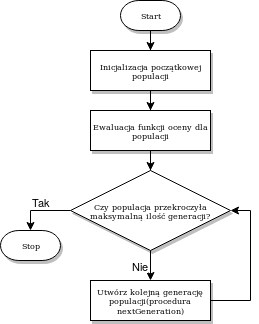
This is img/alg_main.png from pberezow/inz-pberezow-praca, a draw.io export, as it was before one commit. Source tidied: cells renumbered, new cells last; positions are measured from the earlier drawing's top-left corner, leaving out a move shared by most shapes. The source it was exported from:
```xml
<mxGraphModel background="#ffffff">
  <root>
    <mxCell id="0" />
    <mxCell id="1" parent="0" />
    <mxCell id="2" style="edgeStyle=orthogonalEdgeStyle;rounded=0;jettySize=auto;html=1;entryX=0.5;entryY=0;entryDx=0;entryDy=0;" parent="1" edge="1" source="3" target="5">
      <mxGeometry relative="1" as="geometry" />
    </mxCell>
    <mxCell id="3" value="&lt;div&gt;Start&lt;/div&gt;" style="strokeWidth=1;html=1;shape=mxgraph.flowchart.terminator;whiteSpace=wrap;rounded=0;shadow=1;labelBackgroundColor=none;fontFamily=Verdana;fontSize=8;align=center;" parent="1" vertex="1">
      <mxGeometry x="120" width="60" height="30" as="geometry" />
    </mxCell>
    <mxCell id="4" style="edgeStyle=orthogonalEdgeStyle;rounded=0;jettySize=auto;html=1;" parent="1" edge="1" source="5" target="7">
      <mxGeometry relative="1" as="geometry" />
    </mxCell>
    <mxCell id="5" value="Inicjalizacja początkowej populacji" style="whiteSpace=wrap;html=1;rounded=0;shadow=1;labelBackgroundColor=none;strokeWidth=1;fontFamily=Verdana;fontSize=8;align=center;" parent="1" vertex="1">
      <mxGeometry x="90" y="50" width="120" height="40" as="geometry" />
    </mxCell>
    <mxCell id="6" style="edgeStyle=orthogonalEdgeStyle;rounded=0;jettySize=auto;html=1;entryX=0.5;entryY=0;entryDx=0;entryDy=0;" parent="1" edge="1" source="7" target="10">
      <mxGeometry relative="1" as="geometry" />
    </mxCell>
    <mxCell id="7" value="Ewaluacja funkcji oceny dla populacji" style="whiteSpace=wrap;html=1;rounded=0;shadow=1;labelBackgroundColor=none;strokeWidth=1;fontFamily=Verdana;fontSize=8;align=center;" parent="1" vertex="1">
      <mxGeometry x="90" y="110" width="120" height="40" as="geometry" />
    </mxCell>
    <mxCell id="8" value="Nie" style="edgeStyle=orthogonalEdgeStyle;rounded=0;jettySize=auto;html=1;entryX=0.5;entryY=0;entryDx=0;entryDy=0;labelPosition=left;verticalLabelPosition=middle;align=right;verticalAlign=middle;" parent="1" edge="1" source="10" target="12">
      <mxGeometry relative="1" as="geometry" />
    </mxCell>
    <mxCell id="9" value="Tak" style="edgeStyle=orthogonalEdgeStyle;rounded=0;jettySize=auto;html=1;entryX=0.5;entryY=0;entryDx=0;entryDy=0;entryPerimeter=0;labelPosition=center;verticalLabelPosition=top;align=center;verticalAlign=bottom;" parent="1" edge="1" source="10" target="13">
      <mxGeometry relative="1" as="geometry" />
    </mxCell>
    <mxCell id="10" value="Czy populacja przekroczyła maksymalną ilość generacji?" style="rhombus;whiteSpace=wrap;html=1;rounded=0;shadow=1;labelBackgroundColor=none;strokeWidth=1;fontFamily=Verdana;fontSize=8;align=center;" parent="1" vertex="1">
      <mxGeometry x="70" y="170" width="160" height="80" as="geometry" />
    </mxCell>
    <mxCell id="11" style="edgeStyle=orthogonalEdgeStyle;rounded=0;jettySize=auto;html=1;entryX=1;entryY=0.5;entryDx=0;entryDy=0;" parent="1" edge="1" source="12" target="10">
      <mxGeometry relative="1" as="geometry">
        <Array as="points">
          <mxPoint x="250" y="300" />
          <mxPoint x="250" y="210" />
        </Array>
      </mxGeometry>
    </mxCell>
    <mxCell id="12" value="Utwórz kolejną generację populacji(procedura nextGeneration)" style="whiteSpace=wrap;html=1;rounded=0;shadow=1;labelBackgroundColor=none;strokeWidth=1;fontFamily=Verdana;fontSize=8;align=center;" parent="1" vertex="1">
      <mxGeometry x="90" y="280" width="120" height="40" as="geometry" />
    </mxCell>
    <mxCell id="13" value="Stop" style="strokeWidth=1;html=1;shape=mxgraph.flowchart.terminator;whiteSpace=wrap;rounded=0;shadow=1;labelBackgroundColor=none;fontFamily=Verdana;fontSize=8;align=center;" parent="1" vertex="1">
      <mxGeometry y="230" width="60" height="30" as="geometry" />
    </mxCell>
  </root>
</mxGraphModel>
```
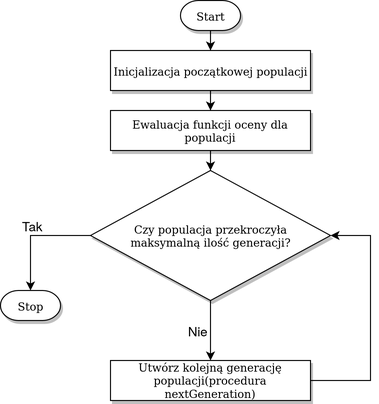
Above is the later version.

Change to the diagram source:
```diff
@@ -5,43 +5,43 @@
     <mxCell id="2" style="edgeStyle=orthogonalEdgeStyle;rounded=0;jettySize=auto;html=1;entryX=0.5;entryY=0;entryDx=0;entryDy=0;" parent="1" edge="1" source="3" target="5">
       <mxGeometry relative="1" as="geometry" />
     </mxCell>
-    <mxCell id="3" value="&lt;div&gt;Start&lt;/div&gt;" style="strokeWidth=1;html=1;shape=mxgraph.flowchart.terminator;whiteSpace=wrap;rounded=0;shadow=1;labelBackgroundColor=none;fontFamily=Verdana;fontSize=8;align=center;" parent="1" vertex="1">
+    <mxCell id="3" value="&lt;div style=&quot;font-size: 11px&quot;&gt;&lt;font style=&quot;font-size: 11px&quot;&gt;Start&lt;/font&gt;&lt;/div&gt;" style="strokeWidth=1;html=1;shape=mxgraph.flowchart.terminator;whiteSpace=wrap;rounded=0;shadow=1;labelBackgroundColor=none;fontFamily=Verdana;fontSize=8;align=center;" parent="1" vertex="1">
       <mxGeometry x="120" width="60" height="30" as="geometry" />
     </mxCell>
     <mxCell id="4" style="edgeStyle=orthogonalEdgeStyle;rounded=0;jettySize=auto;html=1;" parent="1" edge="1" source="5" target="7">
       <mxGeometry relative="1" as="geometry" />
     </mxCell>
-    <mxCell id="5" value="Inicjalizacja początkowej populacji" style="whiteSpace=wrap;html=1;rounded=0;shadow=1;labelBackgroundColor=none;strokeWidth=1;fontFamily=Verdana;fontSize=8;align=center;" parent="1" vertex="1">
-      <mxGeometry x="90" y="50" width="120" height="40" as="geometry" />
+    <mxCell id="5" value="&lt;font style=&quot;font-size: 11px&quot;&gt;Inicjalizacja początkowej populacji&lt;/font&gt;" style="whiteSpace=wrap;html=1;rounded=0;shadow=1;labelBackgroundColor=none;strokeWidth=1;fontFamily=Verdana;fontSize=8;align=center;" parent="1" vertex="1">
+      <mxGeometry x="50" y="50" width="200" height="40" as="geometry" />
     </mxCell>
     <mxCell id="6" style="edgeStyle=orthogonalEdgeStyle;rounded=0;jettySize=auto;html=1;entryX=0.5;entryY=0;entryDx=0;entryDy=0;" parent="1" edge="1" source="7" target="10">
       <mxGeometry relative="1" as="geometry" />
     </mxCell>
-    <mxCell id="7" value="Ewaluacja funkcji oceny dla populacji" style="whiteSpace=wrap;html=1;rounded=0;shadow=1;labelBackgroundColor=none;strokeWidth=1;fontFamily=Verdana;fontSize=8;align=center;" parent="1" vertex="1">
-      <mxGeometry x="90" y="110" width="120" height="40" as="geometry" />
+    <mxCell id="7" value="&lt;font style=&quot;font-size: 11px&quot;&gt;Ewaluacja funkcji oceny dla populacji&lt;/font&gt;" style="whiteSpace=wrap;html=1;rounded=0;shadow=1;labelBackgroundColor=none;strokeWidth=1;fontFamily=Verdana;fontSize=8;align=center;" parent="1" vertex="1">
+      <mxGeometry x="50" y="110" width="200" height="40" as="geometry" />
     </mxCell>
-    <mxCell id="8" value="Nie" style="edgeStyle=orthogonalEdgeStyle;rounded=0;jettySize=auto;html=1;entryX=0.5;entryY=0;entryDx=0;entryDy=0;labelPosition=left;verticalLabelPosition=middle;align=right;verticalAlign=middle;" parent="1" edge="1" source="10" target="12">
+    <mxCell id="8" value="&lt;font style=&quot;font-size: 13px&quot;&gt;Nie&lt;/font&gt;" style="edgeStyle=orthogonalEdgeStyle;rounded=0;jettySize=auto;html=1;entryX=0.5;entryY=0;entryDx=0;entryDy=0;labelPosition=left;verticalLabelPosition=middle;align=right;verticalAlign=middle;" parent="1" edge="1" source="10" target="12">
       <mxGeometry relative="1" as="geometry" />
     </mxCell>
-    <mxCell id="9" value="Tak" style="edgeStyle=orthogonalEdgeStyle;rounded=0;jettySize=auto;html=1;entryX=0.5;entryY=0;entryDx=0;entryDy=0;entryPerimeter=0;labelPosition=center;verticalLabelPosition=top;align=center;verticalAlign=bottom;" parent="1" edge="1" source="10" target="13">
+    <mxCell id="9" value="&lt;font style=&quot;font-size: 13px&quot;&gt;Tak&lt;/font&gt;" style="edgeStyle=orthogonalEdgeStyle;rounded=0;jettySize=auto;html=1;entryX=0.5;entryY=0;entryDx=0;entryDy=0;entryPerimeter=0;labelPosition=center;verticalLabelPosition=top;align=center;verticalAlign=bottom;" parent="1" edge="1" source="10" target="13">
       <mxGeometry relative="1" as="geometry" />
     </mxCell>
-    <mxCell id="10" value="Czy populacja przekroczyła maksymalną ilość generacji?" style="rhombus;whiteSpace=wrap;html=1;rounded=0;shadow=1;labelBackgroundColor=none;strokeWidth=1;fontFamily=Verdana;fontSize=8;align=center;" parent="1" vertex="1">
-      <mxGeometry x="70" y="170" width="160" height="80" as="geometry" />
+    <mxCell id="10" value="&lt;div&gt;&lt;font style=&quot;font-size: 11px&quot;&gt;Czy populacja przekroczyła &lt;br&gt;&lt;/font&gt;&lt;/div&gt;&lt;div&gt;&lt;font style=&quot;font-size: 11px&quot;&gt;maksymalną ilość generacji?&lt;/font&gt;&lt;/div&gt;" style="rhombus;whiteSpace=wrap;html=1;rounded=0;shadow=1;labelBackgroundColor=none;strokeWidth=1;fontFamily=Verdana;fontSize=8;align=center;" parent="1" vertex="1">
+      <mxGeometry x="30" y="170" width="240" height="130" as="geometry" />
     </mxCell>
     <mxCell id="11" style="edgeStyle=orthogonalEdgeStyle;rounded=0;jettySize=auto;html=1;entryX=1;entryY=0.5;entryDx=0;entryDy=0;" parent="1" edge="1" source="12" target="10">
       <mxGeometry relative="1" as="geometry">
         <Array as="points">
-          <mxPoint x="250" y="300" />
-          <mxPoint x="250" y="210" />
+          <mxPoint x="310" y="380" />
+          <mxPoint x="310" y="235" />
         </Array>
       </mxGeometry>
     </mxCell>
-    <mxCell id="12" value="Utwórz kolejną generację populacji(procedura nextGeneration)" style="whiteSpace=wrap;html=1;rounded=0;shadow=1;labelBackgroundColor=none;strokeWidth=1;fontFamily=Verdana;fontSize=8;align=center;" parent="1" vertex="1">
-      <mxGeometry x="90" y="280" width="120" height="40" as="geometry" />
+    <mxCell id="12" value="&lt;font style=&quot;font-size: 11px&quot;&gt;Utwórz kolejną generację populacji(procedura nextGeneration)&lt;/font&gt;" style="whiteSpace=wrap;html=1;rounded=0;shadow=1;labelBackgroundColor=none;strokeWidth=1;fontFamily=Verdana;fontSize=8;align=center;" parent="1" vertex="1">
+      <mxGeometry x="50" y="360" width="200" height="40" as="geometry" />
     </mxCell>
-    <mxCell id="13" value="Stop" style="strokeWidth=1;html=1;shape=mxgraph.flowchart.terminator;whiteSpace=wrap;rounded=0;shadow=1;labelBackgroundColor=none;fontFamily=Verdana;fontSize=8;align=center;" parent="1" vertex="1">
-      <mxGeometry y="230" width="60" height="30" as="geometry" />
+    <mxCell id="13" value="&lt;font style=&quot;font-size: 11px&quot;&gt;Stop&lt;/font&gt;" style="strokeWidth=1;html=1;shape=mxgraph.flowchart.terminator;whiteSpace=wrap;rounded=0;shadow=1;labelBackgroundColor=none;fontFamily=Verdana;fontSize=8;align=center;" parent="1" vertex="1">
+      <mxGeometry x="-60" y="290" width="60" height="30" as="geometry" />
     </mxCell>
   </root>
 </mxGraphModel>
```
